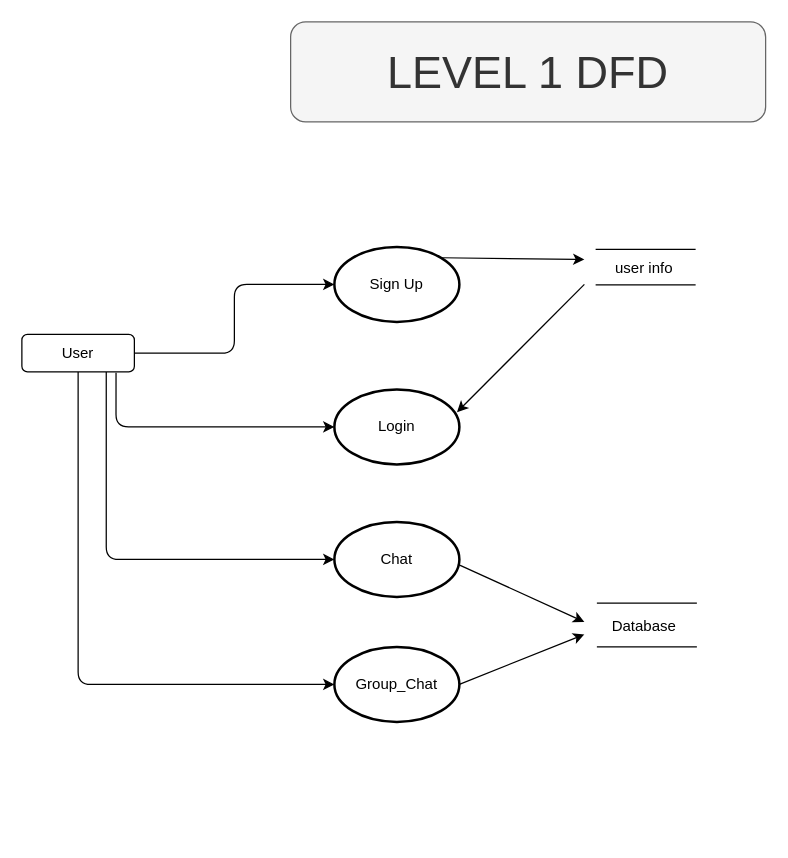
chetan-v/check keeps this draw.io diagram as page "Page-1" (1 of 2) of Untitled Diagram.drawio. Above is the earlier version. Source tidied: cells renumbered, new cells numbered last; positions are measured from the earlier drawing's top-left corner, leaving out a move shared by most shapes. Both pictures are drawn from the tidied source at 125%, with x=0, y=0 at pixel (21, 21).
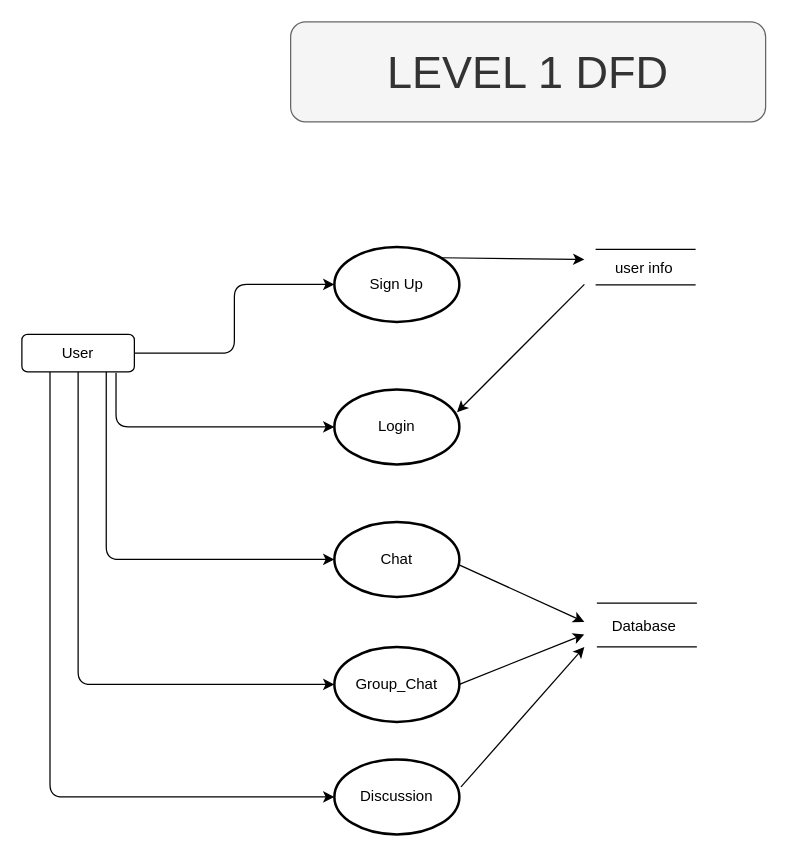
After the change.

The change refers to these unchanged cells:
```xml
<mxCell id="3" value="User" style="rounded=1;whiteSpace=wrap;html=1;" parent="1" vertex="1">
  <mxGeometry y="250" width="90" height="30" as="geometry" />
</mxCell>
```

What changed in the source:
```diff
@@
+    <mxCell id="22" value="Discussion" style="strokeWidth=2;html=1;shape=mxgraph.flowchart.start_1;whiteSpace=wrap;" parent="1" vertex="1">
+      <mxGeometry x="250" y="590" width="100" height="60" as="geometry" />
+    </mxCell>
+    <mxCell id="23" style="endArrow=classic;html=1;rounded=1;exitX=0.25;exitY=1;exitDx=0;exitDy=0;entryX=0;entryY=0.5;entryDx=0;entryDy=0;entryPerimeter=0;edgeStyle=orthogonalEdgeStyle;" parent="1" edge="1" source="3" target="22">
+      <mxGeometry relative="1" as="geometry" />
+    </mxCell>
+    <mxCell id="24" style="endArrow=classic;html=1;rounded=0;exitX=1.013;exitY=0.367;exitDx=0;exitDy=0;exitPerimeter=0;" parent="1" edge="1" source="22">
+      <mxGeometry relative="1" as="geometry">
+        <mxPoint x="450" y="500" as="targetPoint" />
+      </mxGeometry>
+    </mxCell>
```
